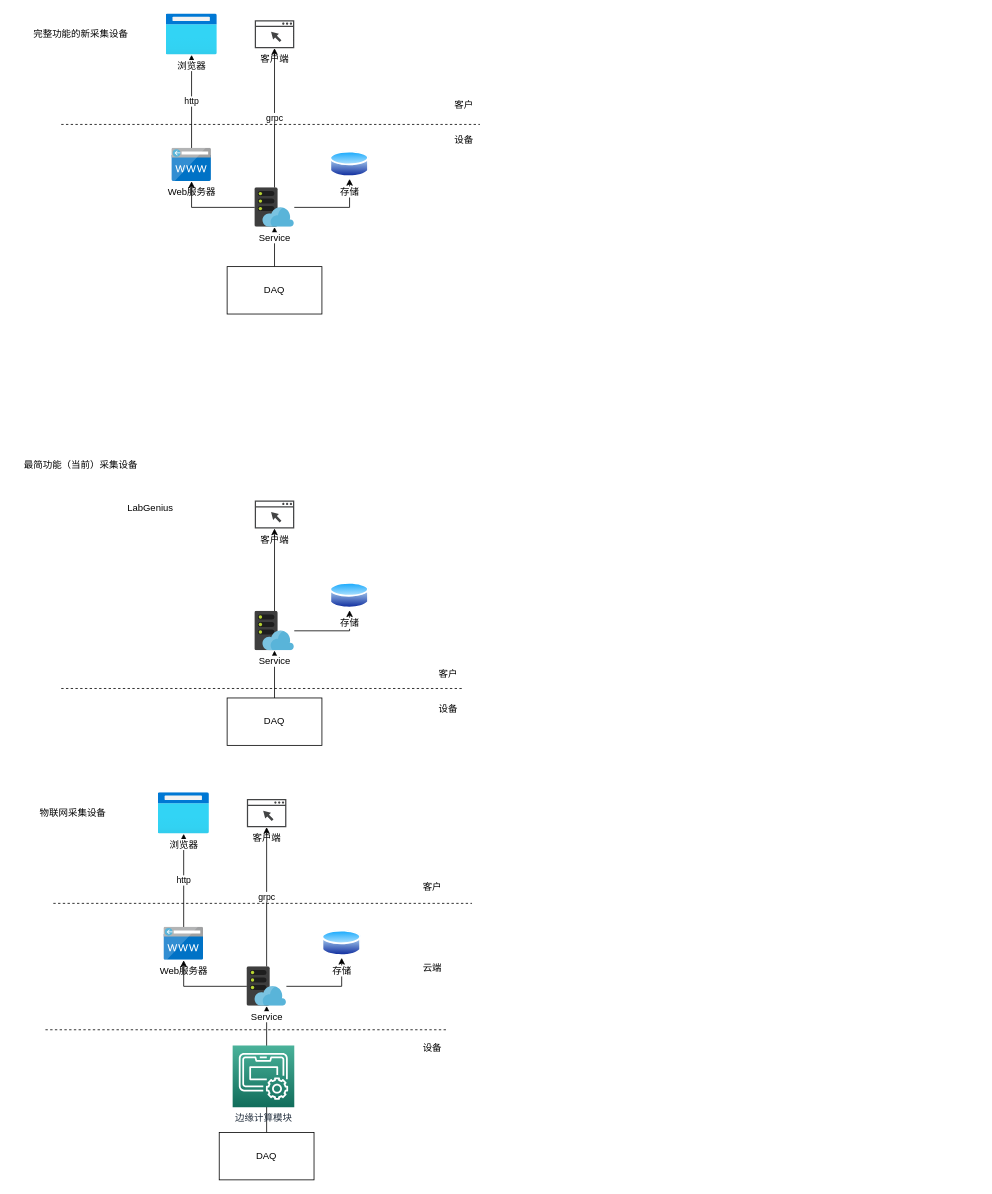
This is graphs/nLab.drawio from zhugy08/drawio, a draw.io file, before an edit. Source tidied: cells renumbered, new cells numbered last; positions are measured from the earlier drawing's top-left corner, leaving out a move shared by most shapes. Both pictures are drawn from the tidied source at 79%, with x=0, y=0 at pixel (13, 13). Pictures stored in the file or linked from it are replaced by grey dashed boxes.
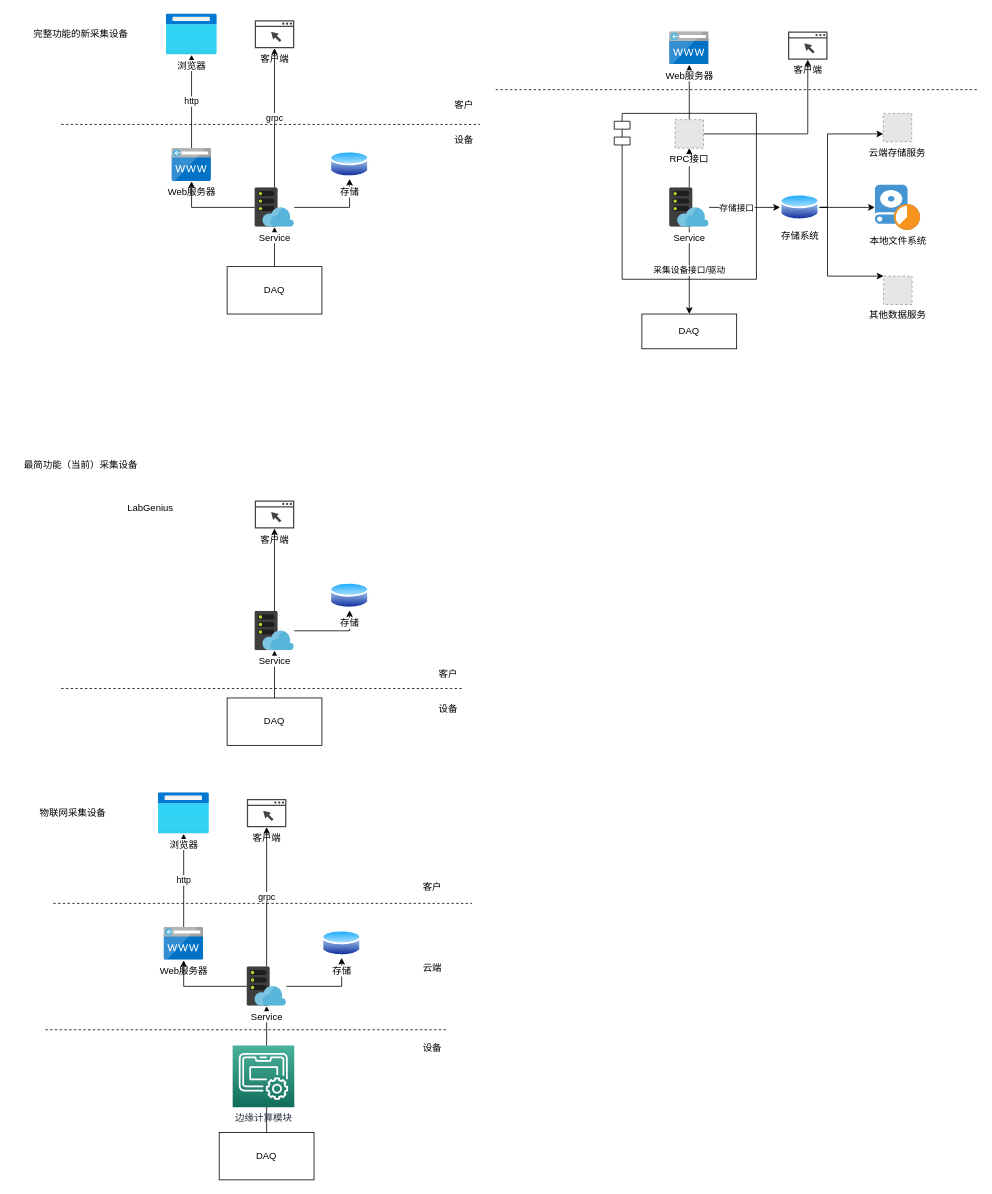
After the change.

The edit, as a diff of the source:
```diff
@@
+    <mxCell id="47" style="shape=module;align=left;spacingLeft=20;align=center;verticalAlign=top;" parent="1" vertex="1">
+      <mxGeometry x="760" y="126" width="180" height="210" as="geometry" />
+    </mxCell>
@@
+    <mxCell id="48" style="edgeStyle=orthogonalEdgeStyle;rounded=0;jettySize=auto;html=1;" parent="1" edge="1" source="52" target="56">
+      <mxGeometry relative="1" as="geometry" />
+    </mxCell>
+    <mxCell id="49" value="&lt;div&gt;存储接口&lt;/div&gt;" style="edgeLabel;html=1;align=center;verticalAlign=middle;" parent="48" vertex="1">
+      <mxGeometry x="-0.24" relative="1" as="geometry" />
+    </mxCell>
+    <mxCell id="50" value="采集设备接口/驱动" style="edgeStyle=orthogonalEdgeStyle;rounded=0;jettySize=auto;html=1;" parent="1" edge="1" source="52" target="60">
+      <mxGeometry relative="1" as="geometry" />
+    </mxCell>
+    <mxCell id="51" style="edgeStyle=orthogonalEdgeStyle;rounded=0;jettySize=auto;html=1;" parent="1" edge="1" source="52" target="63">
+      <mxGeometry relative="1" as="geometry" />
+    </mxCell>
+    <mxCell id="52" value="Service" style="html=1;points=[];align=center;image;fontSize=12;image=img/lib/mscae/WebHosting.svg;" parent="1" vertex="1">
+      <mxGeometry x="830" y="220" width="50" height="50" as="geometry" />
+    </mxCell>
+    <mxCell id="53" style="edgeStyle=orthogonalEdgeStyle;rounded=0;jettySize=auto;html=1;" parent="1" edge="1" source="56" target="57">
+      <mxGeometry relative="1" as="geometry">
+        <Array as="points">
+          <mxPoint x="1030" y="152" />
+        </Array>
+      </mxGeometry>
+    </mxCell>
+    <mxCell id="54" style="edgeStyle=orthogonalEdgeStyle;rounded=0;jettySize=auto;html=1;" parent="1" edge="1" source="56" target="58">
+      <mxGeometry relative="1" as="geometry" />
+    </mxCell>
+    <mxCell id="55" style="edgeStyle=orthogonalEdgeStyle;rounded=0;jettySize=auto;html=1;" parent="1" edge="1" source="56" target="59">
+      <mxGeometry relative="1" as="geometry">
+        <Array as="points">
+          <mxPoint x="1030" y="245" />
+          <mxPoint x="1030" y="332" />
+        </Array>
+      </mxGeometry>
+    </mxCell>
+    <mxCell id="56" value="存储系统" style="perimeter=ellipsePerimeter;html=1;align=center;shadow=0;dashed=0;spacingTop=3;image;image=img/lib/active_directory/database.svg;" parent="1" vertex="1">
+      <mxGeometry x="970" y="226.5" width="50" height="37" as="geometry" />
+    </mxCell>
+    <mxCell id="57" value="云端存储服务" style="fillColor=#E6E6E6;strokeColor=#999999;dashed=1;verticalLabelPosition=bottom;labelBackgroundColor=#ffffff;verticalAlign=top;" parent="1" vertex="1">
+      <mxGeometry x="1100.6" y="126" width="36" height="36" as="geometry" />
+    </mxCell>
+    <mxCell id="58" value="本地文件系统" style="shadow=0;dashed=0;html=1;strokeColor=none;fillColor=#4495D1;labelPosition=center;verticalLabelPosition=bottom;verticalAlign=top;align=center;outlineConnect=0;shape=mxgraph.veeam.disk_partition;" parent="1" vertex="1">
+      <mxGeometry x="1090" y="216.4" width="57.2" height="57.2" as="geometry" />
+    </mxCell>
+    <mxCell id="59" value="其他数据服务" style="fillColor=#E6E6E6;strokeColor=#999999;dashed=1;verticalLabelPosition=bottom;labelBackgroundColor=#ffffff;verticalAlign=top;" parent="1" vertex="1">
+      <mxGeometry x="1101" y="332" width="36" height="36" as="geometry" />
+    </mxCell>
+    <mxCell id="60" value="DAQ" style="rounded=0;whiteSpace=wrap;html=1;" parent="1" vertex="1">
+      <mxGeometry x="795" y="380" width="120" height="44" as="geometry" />
+    </mxCell>
+    <mxCell id="61" style="edgeStyle=orthogonalEdgeStyle;rounded=0;jettySize=auto;html=1;" parent="1" edge="1" source="63" target="64">
+      <mxGeometry relative="1" as="geometry" />
+    </mxCell>
+    <mxCell id="62" style="edgeStyle=orthogonalEdgeStyle;rounded=0;jettySize=auto;html=1;" parent="1" edge="1" source="63" target="65">
+      <mxGeometry relative="1" as="geometry" />
+    </mxCell>
+    <mxCell id="63" value="RPC接口" style="fillColor=#E6E6E6;strokeColor=#999999;dashed=1;verticalLabelPosition=bottom;labelBackgroundColor=#ffffff;verticalAlign=top;" parent="1" vertex="1">
+      <mxGeometry x="837" y="134" width="36" height="36" as="geometry" />
+    </mxCell>
+    <mxCell id="64" value="Web服务器" style="html=1;points=[];align=center;image;fontSize=12;image=img/lib/mscae/CustomDomain.svg;" parent="1" vertex="1">
+      <mxGeometry x="830" y="22.5" width="50" height="42" as="geometry" />
+    </mxCell>
+    <mxCell id="65" value="客户端" style="shadow=0;dashed=0;html=1;strokeColor=none;fillColor=#434445;labelPosition=center;verticalLabelPosition=bottom;verticalAlign=top;align=center;outlineConnect=0;shape=mxgraph.vvd.web_browser;" parent="1" vertex="1">
+      <mxGeometry x="980" y="22.5" width="50" height="35.5" as="geometry" />
+    </mxCell>
+    <mxCell id="66" style="endArrow=none;dashed=1;html=1;" parent="1" edge="1">
+      <mxGeometry relative="1" as="geometry">
+        <mxPoint x="610" y="96" as="sourcePoint" />
+        <mxPoint x="1220" y="96" as="targetPoint" />
+      </mxGeometry>
+    </mxCell>
```
